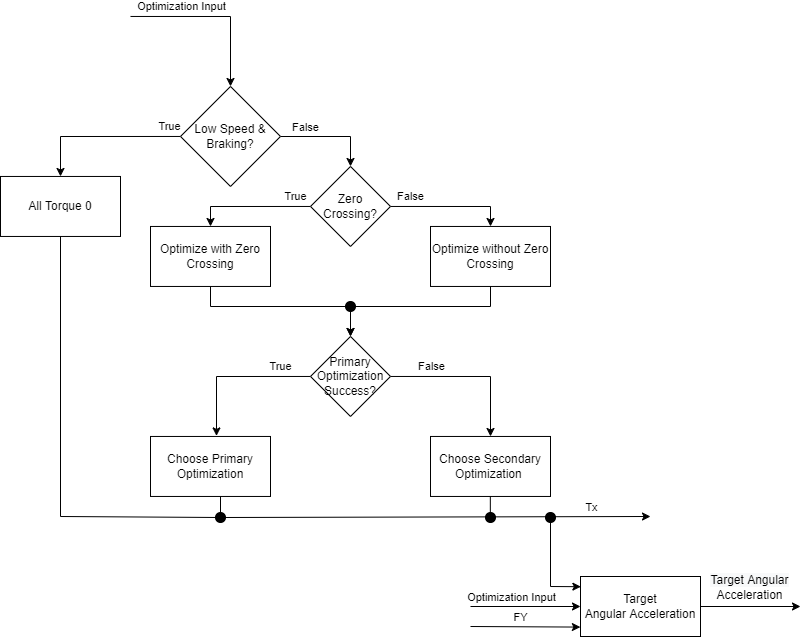
This is Knowledge Transfer/block_diagrams/Optimization.png from PurdueElectricRacing/SimscapeModel, a draw.io export, as it was before one commit. Source tidied: cells renumbered, new cells last; positions are measured from the earlier drawing's top-left corner, leaving out a move shared by most shapes. Source of this version:
```xml
<mxGraphModel>
  <root>
    <mxCell id="0" />
    <mxCell id="1" parent="0" />
    <mxCell id="2" style="edgeStyle=orthogonalEdgeStyle;rounded=0;jettySize=auto;html=1;entryX=0.5;entryY=0;entryDx=0;entryDy=0;" parent="1" edge="1" target="8">
      <mxGeometry relative="1" as="geometry">
        <mxPoint x="130" as="sourcePoint" />
      </mxGeometry>
    </mxCell>
    <mxCell id="3" value="Optimization Input" style="edgeLabel;html=1;align=center;verticalAlign=middle;" parent="2" vertex="1">
      <mxGeometry x="-0.12" y="2" relative="1" as="geometry">
        <mxPoint x="-25" y="-8" as="offset" />
      </mxGeometry>
    </mxCell>
    <mxCell id="4" style="edgeStyle=orthogonalEdgeStyle;rounded=0;jettySize=auto;html=1;entryX=0.5;entryY=0;entryDx=0;entryDy=0;" parent="1" edge="1" source="8" target="13">
      <mxGeometry relative="1" as="geometry" />
    </mxCell>
    <mxCell id="5" value="False" style="edgeLabel;html=1;align=center;verticalAlign=middle;" parent="4" vertex="1">
      <mxGeometry x="-0.11" y="2" relative="1" as="geometry">
        <mxPoint x="-19" y="-8" as="offset" />
      </mxGeometry>
    </mxCell>
    <mxCell id="6" style="edgeStyle=orthogonalEdgeStyle;rounded=0;jettySize=auto;html=1;exitX=0;exitY=0.5;exitDx=0;exitDy=0;entryX=0.5;entryY=0;entryDx=0;entryDy=0;" parent="1" edge="1" source="8" target="19">
      <mxGeometry relative="1" as="geometry" />
    </mxCell>
    <mxCell id="7" value="True" style="edgeLabel;html=1;align=center;verticalAlign=middle;" parent="6" vertex="1">
      <mxGeometry x="-0.8" y="3" relative="1" as="geometry">
        <mxPoint x="4" y="-13" as="offset" />
      </mxGeometry>
    </mxCell>
    <mxCell id="8" value="Low Speed &amp;amp; Braking?" style="rhombus;whiteSpace=wrap;html=1;" parent="1" vertex="1">
      <mxGeometry x="180" y="70" width="100" height="100" as="geometry" />
    </mxCell>
    <mxCell id="9" style="edgeStyle=orthogonalEdgeStyle;rounded=0;jettySize=auto;html=1;exitX=0;exitY=0.5;exitDx=0;exitDy=0;entryX=0.5;entryY=0;entryDx=0;entryDy=0;" parent="1" edge="1" source="13" target="21">
      <mxGeometry relative="1" as="geometry" />
    </mxCell>
    <mxCell id="10" value="True" style="edgeLabel;html=1;align=center;verticalAlign=middle;" parent="9" vertex="1">
      <mxGeometry x="-0.62" y="-1" relative="1" as="geometry">
        <mxPoint x="8" y="-9" as="offset" />
      </mxGeometry>
    </mxCell>
    <mxCell id="11" style="edgeStyle=orthogonalEdgeStyle;rounded=0;jettySize=auto;html=1;exitX=1;exitY=0.5;exitDx=0;exitDy=0;entryX=0.5;entryY=0;entryDx=0;entryDy=0;" parent="1" edge="1" source="13" target="23">
      <mxGeometry relative="1" as="geometry" />
    </mxCell>
    <mxCell id="12" value="False" style="edgeLabel;html=1;align=center;verticalAlign=middle;" parent="11" vertex="1">
      <mxGeometry x="-0.52" y="-2" relative="1" as="geometry">
        <mxPoint x="-9" y="-12" as="offset" />
      </mxGeometry>
    </mxCell>
    <mxCell id="13" value="Zero Crossing?" style="rhombus;whiteSpace=wrap;html=1;" parent="1" vertex="1">
      <mxGeometry x="310" y="150" width="80" height="80" as="geometry" />
    </mxCell>
    <mxCell id="14" style="edgeStyle=orthogonalEdgeStyle;rounded=0;jettySize=auto;html=1;exitX=1;exitY=0.5;exitDx=0;exitDy=0;entryX=0.5;entryY=0;entryDx=0;entryDy=0;" parent="1" edge="1" source="18" target="24">
      <mxGeometry relative="1" as="geometry" />
    </mxCell>
    <mxCell id="15" value="False" style="edgeLabel;html=1;align=center;verticalAlign=middle;" parent="14" vertex="1">
      <mxGeometry x="-0.45" y="-2" relative="1" as="geometry">
        <mxPoint x="-3" y="-12" as="offset" />
      </mxGeometry>
    </mxCell>
    <mxCell id="16" style="edgeStyle=orthogonalEdgeStyle;rounded=0;jettySize=auto;html=1;exitX=0;exitY=0.5;exitDx=0;exitDy=0;entryX=0.55;entryY=-0.009;entryDx=0;entryDy=0;entryPerimeter=0;" parent="1" edge="1" source="18" target="25">
      <mxGeometry relative="1" as="geometry" />
    </mxCell>
    <mxCell id="17" value="True" style="edgeLabel;html=1;align=center;verticalAlign=middle;" parent="16" vertex="1">
      <mxGeometry x="-0.52" y="-2" relative="1" as="geometry">
        <mxPoint x="7" y="-8" as="offset" />
      </mxGeometry>
    </mxCell>
    <mxCell id="18" value="Primary Optimization Success?" style="rhombus;whiteSpace=wrap;html=1;" parent="1" vertex="1">
      <mxGeometry x="310" y="320" width="80" height="80" as="geometry" />
    </mxCell>
    <mxCell id="19" value="All Torque 0" style="rounded=0;whiteSpace=wrap;html=1;" parent="1" vertex="1">
      <mxGeometry y="160" width="120" height="60" as="geometry" />
    </mxCell>
    <mxCell id="20" style="edgeStyle=orthogonalEdgeStyle;rounded=0;jettySize=auto;html=1;exitX=0.5;exitY=1;exitDx=0;exitDy=0;entryX=0.5;entryY=0;entryDx=0;entryDy=0;" parent="1" edge="1" source="21" target="18">
      <mxGeometry relative="1" as="geometry">
        <Array as="points">
          <mxPoint x="210" y="290" />
          <mxPoint x="350" y="290" />
        </Array>
      </mxGeometry>
    </mxCell>
    <mxCell id="21" value="Optimize with Zero Crossing" style="rounded=0;whiteSpace=wrap;html=1;" parent="1" vertex="1">
      <mxGeometry x="150" y="210" width="120" height="60" as="geometry" />
    </mxCell>
    <mxCell id="22" style="edgeStyle=orthogonalEdgeStyle;rounded=0;jettySize=auto;html=1;exitX=0.5;exitY=1;exitDx=0;exitDy=0;startArrow=none;" parent="1" edge="1" source="43">
      <mxGeometry relative="1" as="geometry">
        <mxPoint x="350" y="320" as="targetPoint" />
        <Array as="points">
          <mxPoint x="350" y="290" />
        </Array>
      </mxGeometry>
    </mxCell>
    <mxCell id="23" value="&lt;span&gt;Optimize without Zero Crossing&lt;/span&gt;" style="rounded=0;whiteSpace=wrap;html=1;" parent="1" vertex="1">
      <mxGeometry x="430" y="210" width="120" height="60" as="geometry" />
    </mxCell>
    <mxCell id="24" value="Choose Secondary Optimization&amp;nbsp;" style="rounded=0;whiteSpace=wrap;html=1;" parent="1" vertex="1">
      <mxGeometry x="430" y="420" width="120" height="60" as="geometry" />
    </mxCell>
    <mxCell id="25" value="Choose Primary Optimization" style="rounded=0;whiteSpace=wrap;html=1;" parent="1" vertex="1">
      <mxGeometry x="150" y="420" width="120" height="60" as="geometry" />
    </mxCell>
    <mxCell id="26" style="endArrow=classic;html=1;rounded=0;startArrow=none;" parent="1" edge="1" source="31">
      <mxGeometry relative="1" as="geometry">
        <mxPoint x="650" y="500" as="targetPoint" />
      </mxGeometry>
    </mxCell>
    <mxCell id="27" value="Tx" style="edgeLabel;html=1;align=center;verticalAlign=middle;" parent="26" vertex="1">
      <mxGeometry x="0.77" y="-1" relative="1" as="geometry">
        <mxPoint x="-10" y="-11" as="offset" />
      </mxGeometry>
    </mxCell>
    <mxCell id="28" style="endArrow=none;html=1;rounded=0;" parent="1" edge="1">
      <mxGeometry relative="1" as="geometry">
        <mxPoint x="220" y="480" as="sourcePoint" />
        <mxPoint x="220" y="500" as="targetPoint" />
      </mxGeometry>
    </mxCell>
    <mxCell id="29" style="endArrow=none;html=1;rounded=0;" parent="1" edge="1">
      <mxGeometry relative="1" as="geometry">
        <mxPoint x="489.8" y="480" as="sourcePoint" />
        <mxPoint x="489.8" y="500" as="targetPoint" />
      </mxGeometry>
    </mxCell>
    <mxCell id="30" style="endArrow=none;html=1;rounded=0;" parent="1" edge="1">
      <mxGeometry relative="1" as="geometry">
        <mxPoint x="60" y="500" as="sourcePoint" />
        <mxPoint x="60" y="220" as="targetPoint" />
      </mxGeometry>
    </mxCell>
    <mxCell id="31" style="ellipse;shape=doubleEllipse;whiteSpace=wrap;html=1;fillColor=#000000;" parent="1" vertex="1">
      <mxGeometry x="215" y="496" width="10" height="10" as="geometry" />
    </mxCell>
    <mxCell id="32" style="endArrow=none;html=1;rounded=0;" parent="1" edge="1" target="31">
      <mxGeometry relative="1" as="geometry">
        <mxPoint x="60" y="500" as="sourcePoint" />
      </mxGeometry>
    </mxCell>
    <mxCell id="33" style="edgeStyle=orthogonalEdgeStyle;rounded=0;jettySize=auto;html=1;" parent="1" edge="1" source="35">
      <mxGeometry relative="1" as="geometry">
        <mxPoint x="800" y="590" as="targetPoint" />
      </mxGeometry>
    </mxCell>
    <mxCell id="34" value="&lt;span style=&quot;font-size: 12px;&quot;&gt;&lt;span style=&quot;background-color: rgb(248, 249, 250);&quot;&gt;Target Angular&lt;br&gt;&lt;/span&gt;&lt;/span&gt;&lt;span style=&quot;font-size: 12px;&quot;&gt;Acceleration&lt;/span&gt;" style="edgeLabel;html=1;align=center;verticalAlign=middle;" parent="33" vertex="1">
      <mxGeometry x="-0.16" y="1" relative="1" as="geometry">
        <mxPoint x="6" y="-19" as="offset" />
      </mxGeometry>
    </mxCell>
    <mxCell id="35" value="Target Angular&amp;nbsp;&lt;span style=&quot;background-color: rgb(255, 255, 255);&quot;&gt;Acceleration&lt;/span&gt;" style="rounded=0;whiteSpace=wrap;html=1;" parent="1" vertex="1">
      <mxGeometry x="580" y="560" width="120" height="60" as="geometry" />
    </mxCell>
    <mxCell id="36" style="endArrow=classic;html=1;rounded=0;entryX=0.003;entryY=0.17;entryDx=0;entryDy=0;entryPerimeter=0;" parent="1" edge="1" target="35">
      <mxGeometry relative="1" as="geometry">
        <mxPoint x="550" y="500" as="sourcePoint" />
        <Array as="points">
          <mxPoint x="550" y="570" />
        </Array>
      </mxGeometry>
    </mxCell>
    <mxCell id="37" style="endArrow=classic;html=1;rounded=0;entryX=0;entryY=0.5;entryDx=0;entryDy=0;" parent="1" edge="1" target="35">
      <mxGeometry relative="1" as="geometry">
        <mxPoint x="470" y="590" as="sourcePoint" />
      </mxGeometry>
    </mxCell>
    <mxCell id="38" value="Optimization Input" style="edgeLabel;html=1;align=center;verticalAlign=middle;" parent="37" vertex="1">
      <mxGeometry x="0.04" y="-1" relative="1" as="geometry">
        <mxPoint x="-17" y="-11" as="offset" />
      </mxGeometry>
    </mxCell>
    <mxCell id="39" style="endArrow=classic;html=1;rounded=0;entryX=-0.001;entryY=0.843;entryDx=0;entryDy=0;entryPerimeter=0;" parent="1" edge="1" target="35">
      <mxGeometry relative="1" as="geometry">
        <mxPoint x="470" y="610" as="sourcePoint" />
      </mxGeometry>
    </mxCell>
    <mxCell id="40" value="FY" style="edgeLabel;html=1;align=center;verticalAlign=middle;" parent="39" vertex="1">
      <mxGeometry x="0.17" y="-1" relative="1" as="geometry">
        <mxPoint x="-14" y="-11" as="offset" />
      </mxGeometry>
    </mxCell>
    <mxCell id="41" style="ellipse;shape=doubleEllipse;whiteSpace=wrap;html=1;fillColor=#000000;" parent="1" vertex="1">
      <mxGeometry x="545" y="496" width="10" height="10" as="geometry" />
    </mxCell>
    <mxCell id="42" style="ellipse;shape=doubleEllipse;whiteSpace=wrap;html=1;fillColor=#000000;" parent="1" vertex="1">
      <mxGeometry x="485" y="496" width="10" height="10" as="geometry" />
    </mxCell>
    <mxCell id="43" style="ellipse;shape=doubleEllipse;whiteSpace=wrap;html=1;fillColor=#000000;" parent="1" vertex="1">
      <mxGeometry x="345" y="285" width="10" height="10" as="geometry" />
    </mxCell>
    <mxCell id="44" style="edgeStyle=orthogonalEdgeStyle;rounded=0;jettySize=auto;html=1;exitX=0.5;exitY=1;exitDx=0;exitDy=0;endArrow=none;" parent="1" edge="1" source="23" target="43">
      <mxGeometry relative="1" as="geometry">
        <Array as="points">
          <mxPoint x="490" y="290" />
        </Array>
      </mxGeometry>
    </mxCell>
  </root>
</mxGraphModel>
```
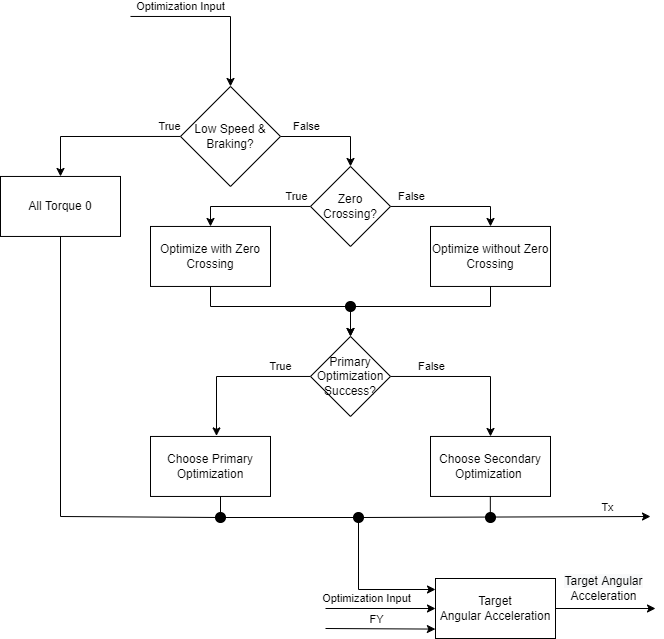
Above is the later version.

The edit, as a diff of the source:
```diff
@@ -100,7 +100,7 @@
     <mxCell id="25" value="Choose Primary Optimization" style="rounded=0;whiteSpace=wrap;html=1;" parent="1" vertex="1">
       <mxGeometry x="150" y="420" width="120" height="60" as="geometry" />
     </mxCell>
-    <mxCell id="26" style="endArrow=classic;html=1;rounded=0;startArrow=none;" parent="1" edge="1" source="31">
+    <mxCell id="26" style="endArrow=classic;html=1;rounded=0;startArrow=none;" parent="1" edge="1" source="41">
       <mxGeometry relative="1" as="geometry">
         <mxPoint x="650" y="500" as="targetPoint" />
       </mxGeometry>
@@ -138,7 +138,7 @@
     </mxCell>
     <mxCell id="33" style="edgeStyle=orthogonalEdgeStyle;rounded=0;jettySize=auto;html=1;" parent="1" edge="1" source="35">
       <mxGeometry relative="1" as="geometry">
-        <mxPoint x="800" y="590" as="targetPoint" />
+        <mxPoint x="655" y="592" as="targetPoint" />
       </mxGeometry>
     </mxCell>
     <mxCell id="34" value="&lt;span style=&quot;font-size: 12px;&quot;&gt;&lt;span style=&quot;background-color: rgb(248, 249, 250);&quot;&gt;Target Angular&lt;br&gt;&lt;/span&gt;&lt;/span&gt;&lt;span style=&quot;font-size: 12px;&quot;&gt;Acceleration&lt;/span&gt;" style="edgeLabel;html=1;align=center;verticalAlign=middle;" parent="33" vertex="1">
@@ -147,19 +147,19 @@
       </mxGeometry>
     </mxCell>
     <mxCell id="35" value="Target Angular&amp;nbsp;&lt;span style=&quot;background-color: rgb(255, 255, 255);&quot;&gt;Acceleration&lt;/span&gt;" style="rounded=0;whiteSpace=wrap;html=1;" parent="1" vertex="1">
-      <mxGeometry x="580" y="560" width="120" height="60" as="geometry" />
+      <mxGeometry x="435" y="562" width="120" height="60" as="geometry" />
     </mxCell>
-    <mxCell id="36" style="endArrow=classic;html=1;rounded=0;entryX=0.003;entryY=0.17;entryDx=0;entryDy=0;entryPerimeter=0;" parent="1" edge="1" target="35">
+    <mxCell id="36" style="endArrow=classic;html=1;rounded=0;startArrow=none;exitX=0.5;exitY=1;exitDx=0;exitDy=0;" parent="1" edge="1" source="41">
       <mxGeometry relative="1" as="geometry">
-        <mxPoint x="550" y="500" as="sourcePoint" />
+        <mxPoint x="435" y="573" as="targetPoint" />
         <Array as="points">
-          <mxPoint x="550" y="570" />
+          <mxPoint x="358" y="573" />
         </Array>
       </mxGeometry>
     </mxCell>
     <mxCell id="37" style="endArrow=classic;html=1;rounded=0;entryX=0;entryY=0.5;entryDx=0;entryDy=0;" parent="1" edge="1" target="35">
       <mxGeometry relative="1" as="geometry">
-        <mxPoint x="470" y="590" as="sourcePoint" />
+        <mxPoint x="325" y="592" as="sourcePoint" />
       </mxGeometry>
     </mxCell>
     <mxCell id="38" value="Optimization Input" style="edgeLabel;html=1;align=center;verticalAlign=middle;" parent="37" vertex="1">
@@ -169,7 +169,7 @@
     </mxCell>
     <mxCell id="39" style="endArrow=classic;html=1;rounded=0;entryX=-0.001;entryY=0.843;entryDx=0;entryDy=0;entryPerimeter=0;" parent="1" edge="1" target="35">
       <mxGeometry relative="1" as="geometry">
-        <mxPoint x="470" y="610" as="sourcePoint" />
+        <mxPoint x="325" y="612" as="sourcePoint" />
       </mxGeometry>
     </mxCell>
     <mxCell id="40" value="FY" style="edgeLabel;html=1;align=center;verticalAlign=middle;" parent="39" vertex="1">
@@ -177,9 +177,6 @@
         <mxPoint x="-14" y="-11" as="offset" />
       </mxGeometry>
     </mxCell>
-    <mxCell id="41" style="ellipse;shape=doubleEllipse;whiteSpace=wrap;html=1;fillColor=#000000;" parent="1" vertex="1">
-      <mxGeometry x="545" y="496" width="10" height="10" as="geometry" />
-    </mxCell>
     <mxCell id="42" style="ellipse;shape=doubleEllipse;whiteSpace=wrap;html=1;fillColor=#000000;" parent="1" vertex="1">
       <mxGeometry x="485" y="496" width="10" height="10" as="geometry" />
     </mxCell>
@@ -193,5 +190,16 @@
         </Array>
       </mxGeometry>
     </mxCell>
+    <mxCell id="45" style="endArrow=none;html=1;rounded=0;startArrow=none;" parent="1" edge="1" source="31" target="41">
+      <mxGeometry relative="1" as="geometry" />
+    </mxCell>
+    <mxCell id="41" style="ellipse;shape=doubleEllipse;whiteSpace=wrap;html=1;fillColor=#000000;" parent="1" vertex="1">
+      <mxGeometry x="353" y="496" width="10" height="10" as="geometry" />
+    </mxCell>
+    <mxCell id="46" style="endArrow=none;html=1;rounded=0;" parent="1" edge="1" target="41">
+      <mxGeometry relative="1" as="geometry">
+        <mxPoint x="359" y="500" as="sourcePoint" />
+      </mxGeometry>
+    </mxCell>
   </root>
 </mxGraphModel>
```
